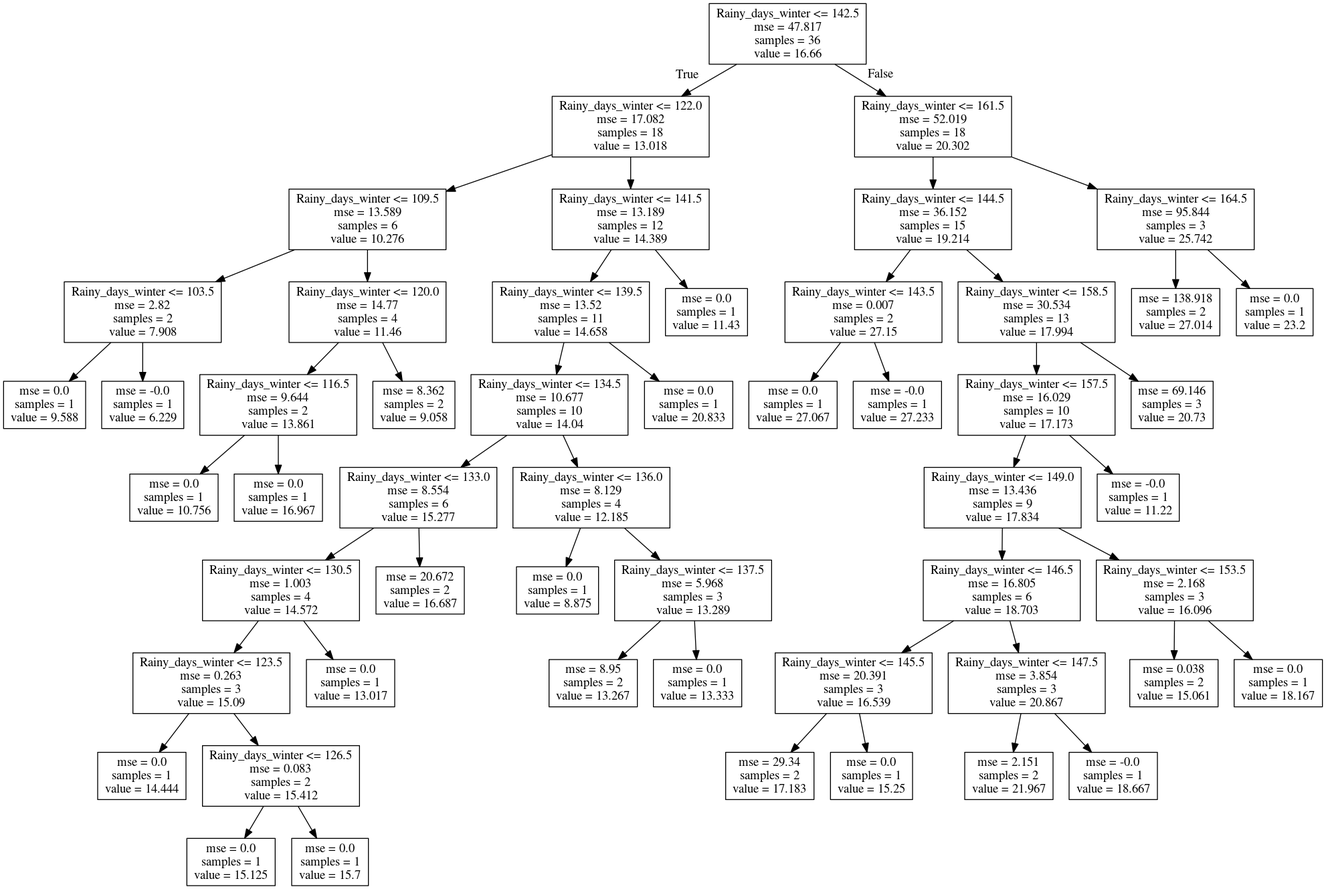
Above: Norway_Morsa/Model_Development/Figures/Discretization_regTrees/aut_chla-Rainy_days_winter.png in icra/WATExR (Graphviz), before the change. Its source is kept beside it as Norway_Morsa/Model_Development/Figures/Discretization_regTrees/aut_chla-Rainy_days_winter.dot.
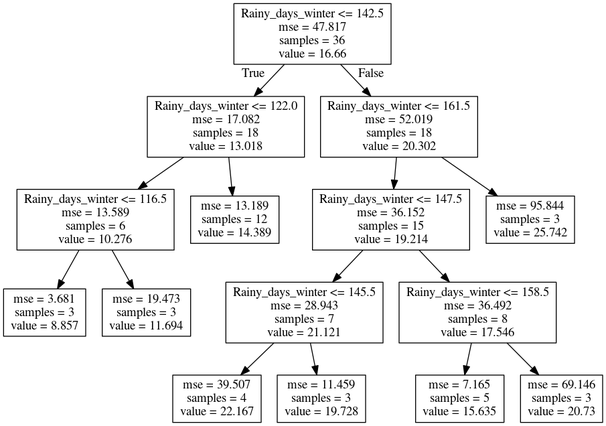
Later version of the same file.

Change to the diagram source:
```diff
@@ -3,106 +3,30 @@
 0 [label="Rainy_days_winter <= 142.5\nmse = 47.817\nsamples = 36\nvalue = 16.66"] ;
 1 [label="Rainy_days_winter <= 122.0\nmse = 17.082\nsamples = 18\nvalue = 13.018"] ;
 0 -> 1 [labeldistance=2.5, labelangle=45, headlabel="True"] ;
-2 [label="Rainy_days_winter <= 109.5\nmse = 13.589\nsamples = 6\nvalue = 10.276"] ;
-1 -> 2 ;
-3 [label="Rainy_days_winter <= 103.5\nmse = 2.82\nsamples = 2\nvalue = 7.908"] ;
+5 [label="Rainy_days_winter <= 116.5\nmse = 13.589\nsamples = 6\nvalue = 10.276"] ;
+1 -> 5 ;
+11 [label="mse = 3.681\nsamples = 3\nvalue = 8.857"] ;
+5 -> 11 ;
+12 [label="mse = 19.473\nsamples = 3\nvalue = 11.694"] ;
+5 -> 12 ;
+6 [label="mse = 13.189\nsamples = 12\nvalue = 14.389"] ;
+1 -> 6 ;
+2 [label="Rainy_days_winter <= 161.5\nmse = 52.019\nsamples = 18\nvalue = 20.302"] ;
+0 -> 2 [labeldistance=2.5, labelangle=-45, headlabel="False"] ;
+3 [label="Rainy_days_winter <= 147.5\nmse = 36.152\nsamples = 15\nvalue = 19.214"] ;
 2 -> 3 ;
-4 [label="mse = 0.0\nsamples = 1\nvalue = 9.588"] ;
-3 -> 4 ;
-5 [label="mse = -0.0\nsamples = 1\nvalue = 6.229"] ;
-3 -> 5 ;
-6 [label="Rainy_days_winter <= 120.0\nmse = 14.77\nsamples = 4\nvalue = 11.46"] ;
-2 -> 6 ;
-7 [label="Rainy_days_winter <= 116.5\nmse = 9.644\nsamples = 2\nvalue = 13.861"] ;
-6 -> 7 ;
-8 [label="mse = 0.0\nsamples = 1\nvalue = 10.756"] ;
-7 -> 8 ;
-9 [label="mse = 0.0\nsamples = 1\nvalue = 16.967"] ;
-7 -> 9 ;
-10 [label="mse = 8.362\nsamples = 2\nvalue = 9.058"] ;
-6 -> 10 ;
-11 [label="Rainy_days_winter <= 141.5\nmse = 13.189\nsamples = 12\nvalue = 14.389"] ;
-1 -> 11 ;
-12 [label="Rainy_days_winter <= 139.5\nmse = 13.52\nsamples = 11\nvalue = 14.658"] ;
-11 -> 12 ;
-13 [label="Rainy_days_winter <= 134.5\nmse = 10.677\nsamples = 10\nvalue = 14.04"] ;
-12 -> 13 ;
-14 [label="Rainy_days_winter <= 133.0\nmse = 8.554\nsamples = 6\nvalue = 15.277"] ;
-13 -> 14 ;
-15 [label="Rainy_days_winter <= 130.5\nmse = 1.003\nsamples = 4\nvalue = 14.572"] ;
-14 -> 15 ;
-16 [label="Rainy_days_winter <= 123.5\nmse = 0.263\nsamples = 3\nvalue = 15.09"] ;
-15 -> 16 ;
-17 [label="mse = 0.0\nsamples = 1\nvalue = 14.444"] ;
-16 -> 17 ;
-18 [label="Rainy_days_winter <= 126.5\nmse = 0.083\nsamples = 2\nvalue = 15.412"] ;
-16 -> 18 ;
-19 [label="mse = 0.0\nsamples = 1\nvalue = 15.125"] ;
-18 -> 19 ;
-20 [label="mse = 0.0\nsamples = 1\nvalue = 15.7"] ;
-18 -> 20 ;
-21 [label="mse = 0.0\nsamples = 1\nvalue = 13.017"] ;
-15 -> 21 ;
-22 [label="mse = 20.672\nsamples = 2\nvalue = 16.687"] ;
-14 -> 22 ;
-23 [label="Rainy_days_winter <= 136.0\nmse = 8.129\nsamples = 4\nvalue = 12.185"] ;
-13 -> 23 ;
-24 [label="mse = 0.0\nsamples = 1\nvalue = 8.875"] ;
-23 -> 24 ;
-25 [label="Rainy_days_winter <= 137.5\nmse = 5.968\nsamples = 3\nvalue = 13.289"] ;
-23 -> 25 ;
-26 [label="mse = 8.95\nsamples = 2\nvalue = 13.267"] ;
-25 -> 26 ;
-27 [label="mse = 0.0\nsamples = 1\nvalue = 13.333"] ;
-25 -> 27 ;
-28 [label="mse = 0.0\nsamples = 1\nvalue = 20.833"] ;
-12 -> 28 ;
-29 [label="mse = 0.0\nsamples = 1\nvalue = 11.43"] ;
-11 -> 29 ;
-30 [label="Rainy_days_winter <= 161.5\nmse = 52.019\nsamples = 18\nvalue = 20.302"] ;
-0 -> 30 [labeldistance=2.5, labelangle=-45, headlabel="False"] ;
-31 [label="Rainy_days_winter <= 144.5\nmse = 36.152\nsamples = 15\nvalue = 19.214"] ;
-30 -> 31 ;
-32 [label="Rainy_days_winter <= 143.5\nmse = 0.007\nsamples = 2\nvalue = 27.15"] ;
-31 -> 32 ;
-33 [label="mse = 0.0\nsamples = 1\nvalue = 27.067"] ;
-32 -> 33 ;
-34 [label="mse = -0.0\nsamples = 1\nvalue = 27.233"] ;
-32 -> 34 ;
-35 [label="Rainy_days_winter <= 158.5\nmse = 30.534\nsamples = 13\nvalue = 17.994"] ;
-31 -> 35 ;
-36 [label="Rainy_days_winter <= 157.5\nmse = 16.029\nsamples = 10\nvalue = 17.173"] ;
-35 -> 36 ;
-37 [label="Rainy_days_winter <= 149.0\nmse = 13.436\nsamples = 9\nvalue = 17.834"] ;
-36 -> 37 ;
-38 [label="Rainy_days_winter <= 146.5\nmse = 16.805\nsamples = 6\nvalue = 18.703"] ;
-37 -> 38 ;
-39 [label="Rainy_days_winter <= 145.5\nmse = 20.391\nsamples = 3\nvalue = 16.539"] ;
-38 -> 39 ;
-40 [label="mse = 29.34\nsamples = 2\nvalue = 17.183"] ;
-39 -> 40 ;
-41 [label="mse = 0.0\nsamples = 1\nvalue = 15.25"] ;
-39 -> 41 ;
-42 [label="Rainy_days_winter <= 147.5\nmse = 3.854\nsamples = 3\nvalue = 20.867"] ;
-38 -> 42 ;
-43 [label="mse = 2.151\nsamples = 2\nvalue = 21.967"] ;
-42 -> 43 ;
-44 [label="mse = -0.0\nsamples = 1\nvalue = 18.667"] ;
-42 -> 44 ;
-45 [label="Rainy_days_winter <= 153.5\nmse = 2.168\nsamples = 3\nvalue = 16.096"] ;
-37 -> 45 ;
-46 [label="mse = 0.038\nsamples = 2\nvalue = 15.061"] ;
-45 -> 46 ;
-47 [label="mse = 0.0\nsamples = 1\nvalue = 18.167"] ;
-45 -> 47 ;
-48 [label="mse = -0.0\nsamples = 1\nvalue = 11.22"] ;
-36 -> 48 ;
-49 [label="mse = 69.146\nsamples = 3\nvalue = 20.73"] ;
-35 -> 49 ;
-50 [label="Rainy_days_winter <= 164.5\nmse = 95.844\nsamples = 3\nvalue = 25.742"] ;
-30 -> 50 ;
-51 [label="mse = 138.918\nsamples = 2\nvalue = 27.014"] ;
-50 -> 51 ;
-52 [label="mse = 0.0\nsamples = 1\nvalue = 23.2"] ;
-50 -> 52 ;
+7 [label="Rainy_days_winter <= 145.5\nmse = 28.943\nsamples = 7\nvalue = 21.121"] ;
+3 -> 7 ;
+13 [label="mse = 39.507\nsamples = 4\nvalue = 22.167"] ;
+7 -> 13 ;
+14 [label="mse = 11.459\nsamples = 3\nvalue = 19.728"] ;
+7 -> 14 ;
+8 [label="Rainy_days_winter <= 158.5\nmse = 36.492\nsamples = 8\nvalue = 17.546"] ;
+3 -> 8 ;
+9 [label="mse = 7.165\nsamples = 5\nvalue = 15.635"] ;
+8 -> 9 ;
+10 [label="mse = 69.146\nsamples = 3\nvalue = 20.73"] ;
+8 -> 10 ;
+4 [label="mse = 95.844\nsamples = 3\nvalue = 25.742"] ;
+2 -> 4 ;
 }
```
